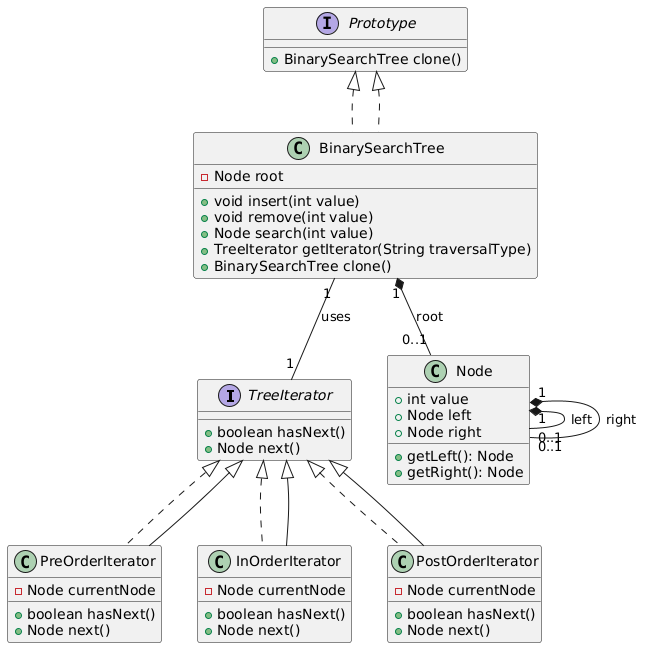
Earlier version of the PlantUML export Diagrama de Classe/Iterator-Exercise-Binary-Tree-DC.png (Seraphiimz/Iterator-Exercise-Binary-Tree). Source of this version:
```plantuml
@startuml
interface TreeIterator {
  + boolean hasNext()
  + Node next()
}

class PreOrderIterator implements TreeIterator {
  - Node currentNode
  + boolean hasNext()
  + Node next()
}

class InOrderIterator implements TreeIterator {
  - Node currentNode
  + boolean hasNext()
  + Node next()
}

class PostOrderIterator implements TreeIterator {
  - Node currentNode
  + boolean hasNext()
  + Node next()
}

interface Prototype {
  + BinarySearchTree clone()
}

class Node {
  + int value
  + Node left
  + Node right
  + getLeft(): Node
  + getRight(): Node
}

class BinarySearchTree implements Prototype {
  - Node root
  + void insert(int value)
  + void remove(int value)
  + Node search(int value)
  + TreeIterator getIterator(String traversalType)
  + BinarySearchTree clone()
}

Node "1" *-- "0..1" Node : left
Node "1" *-- "0..1" Node : right
BinarySearchTree "1" *-- "0..1" Node : root
BinarySearchTree "1" -- "1" TreeIterator : uses
TreeIterator <|-- PreOrderIterator
TreeIterator <|-- InOrderIterator
TreeIterator <|-- PostOrderIterator
Prototype <|.. BinarySearchTree
@enduml
```
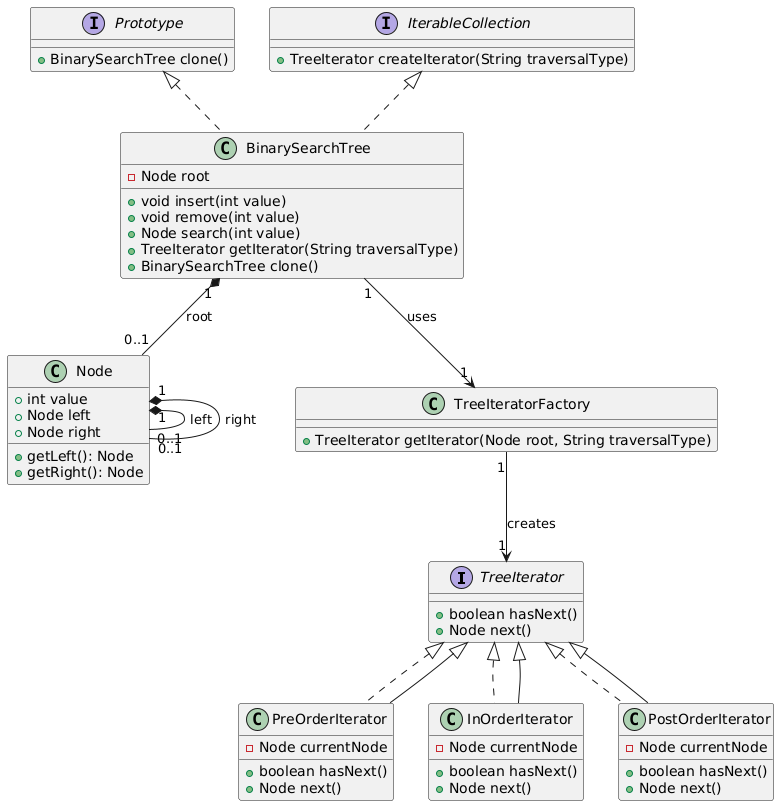
The same file after the commit.

Diff of the diagram source:
```diff
@@ -26,6 +26,10 @@
   + BinarySearchTree clone()
 }
 
+interface IterableCollection {
+  + TreeIterator createIterator(String traversalType)
+}
+
 class Node {
   + int value
   + Node left
@@ -43,12 +47,17 @@
   + BinarySearchTree clone()
 }
 
+class TreeIteratorFactory {
+  + TreeIterator getIterator(Node root, String traversalType)
+}
+
 Node "1" *-- "0..1" Node : left
 Node "1" *-- "0..1" Node : right
 BinarySearchTree "1" *-- "0..1" Node : root
-BinarySearchTree "1" -- "1" TreeIterator : uses
+BinarySearchTree "1" --> "1" TreeIteratorFactory : uses
+TreeIteratorFactory "1" --> "1" TreeIterator : creates
 TreeIterator <|-- PreOrderIterator
 TreeIterator <|-- InOrderIterator
 TreeIterator <|-- PostOrderIterator
-Prototype <|.. BinarySearchTree
+IterableCollection <|.. BinarySearchTree
 @enduml
```
